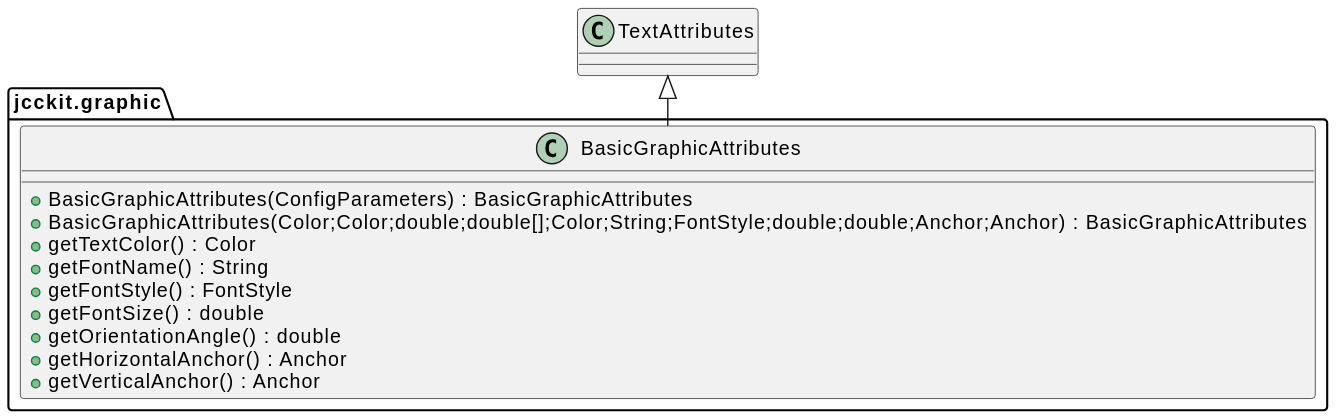
qualitesys/plantuml keeps this PlantUML diagram as docs/qc/src/jcckit/graphic/BasicGraphicAttributes.java.svg. Above is the earlier version. The source it was exported from:
```plantuml
@startuml
!pragma layout smetana
"TextAttributes" <|-- "jcckit.graphic.BasicGraphicAttributes"
class jcckit.graphic.BasicGraphicAttributes {
+BasicGraphicAttributes(ConfigParameters) : BasicGraphicAttributes [[[./../../../.././qc/src/jcckit/graphic/BasicGraphicAttributes.java.html#94]]]
+BasicGraphicAttributes(Color;Color;double;double[];Color;String;FontStyle;double;double;Anchor;Anchor) : BasicGraphicAttributes [[[./../../../.././qc/src/jcckit/graphic/BasicGraphicAttributes.java.html#125]]]
+getTextColor() : Color [[[./../../../.././qc/src/jcckit/graphic/BasicGraphicAttributes.java.html#146]]]
+getFontName() : String [[[./../../../.././qc/src/jcckit/graphic/BasicGraphicAttributes.java.html#154]]]
+getFontStyle() : FontStyle [[[./../../../.././qc/src/jcckit/graphic/BasicGraphicAttributes.java.html#162]]]
+getFontSize() : double [[[./../../../.././qc/src/jcckit/graphic/BasicGraphicAttributes.java.html#169]]]
+getOrientationAngle() : double [[[./../../../.././qc/src/jcckit/graphic/BasicGraphicAttributes.java.html#178]]]
+getHorizontalAnchor() : Anchor [[[./../../../.././qc/src/jcckit/graphic/BasicGraphicAttributes.java.html#188]]]
+getVerticalAnchor() : Anchor [[[./../../../.././qc/src/jcckit/graphic/BasicGraphicAttributes.java.html#198]]]
}
@enduml
```
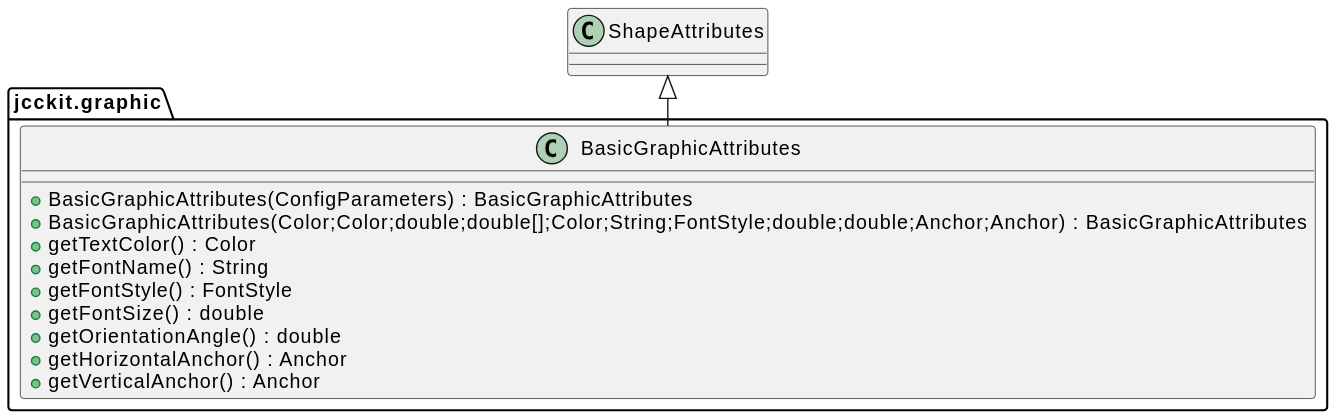
The same file after the commit.

Change to the diagram source:
```diff
@@ -1,6 +1,6 @@
 @startuml
 !pragma layout smetana
-"TextAttributes" <|-- "jcckit.graphic.BasicGraphicAttributes"
+"ShapeAttributes" <|-- "jcckit.graphic.BasicGraphicAttributes"
 class jcckit.graphic.BasicGraphicAttributes {
 +BasicGraphicAttributes(ConfigParameters) : BasicGraphicAttributes [[[./../../../.././qc/src/jcckit/graphic/BasicGraphicAttributes.java.html#94]]]
 +BasicGraphicAttributes(Color;Color;double;double[];Color;String;FontStyle;double;double;Anchor;Anchor) : BasicGraphicAttributes [[[./../../../.././qc/src/jcckit/graphic/BasicGraphicAttributes.java.html#125]]]
```
